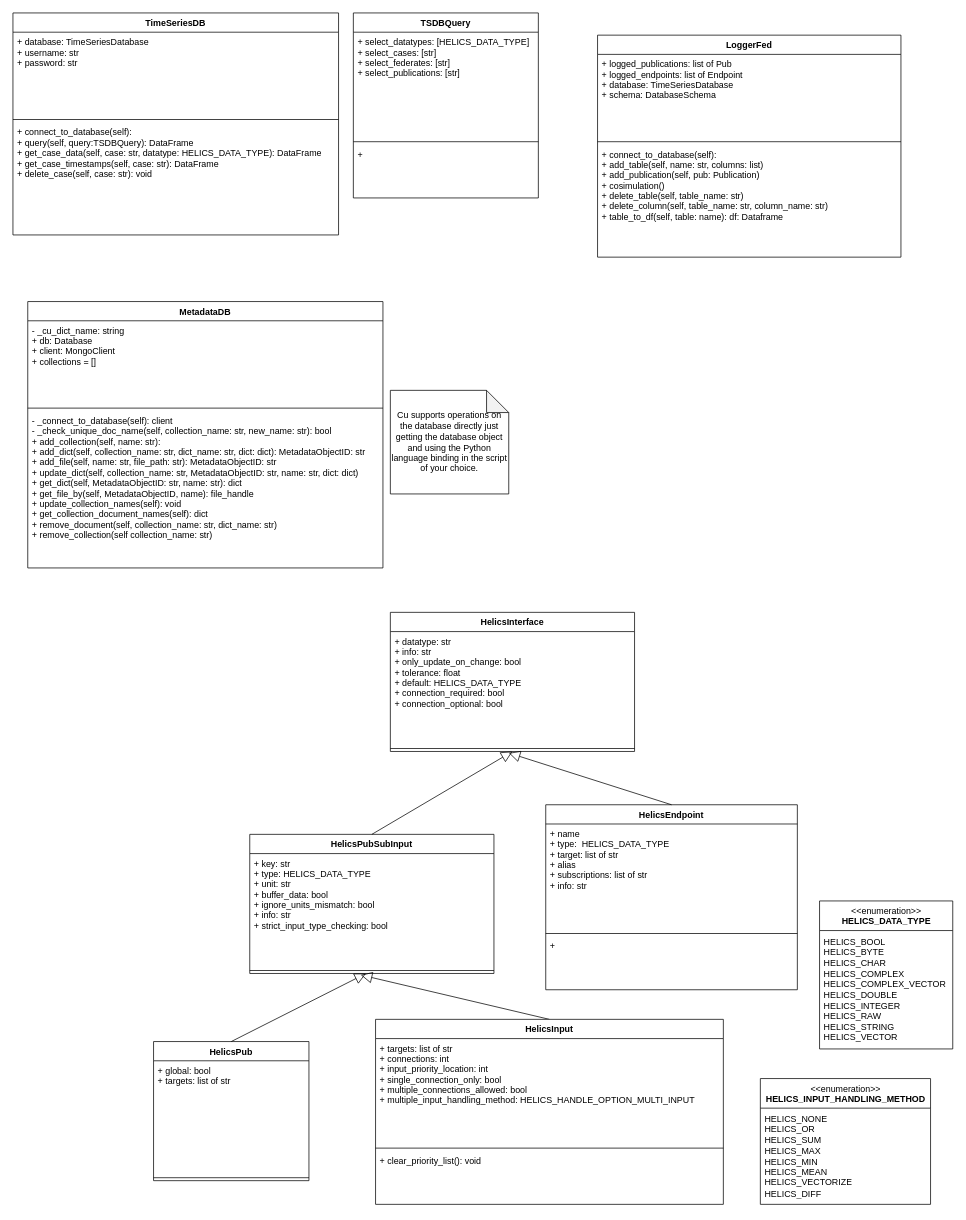
The draw.io diagram docs/FY24_copper_classes.drawio in pnnl/cst, before the edit. Source tidied: cells renumbered, new cells numbered last; positions are measured from the earlier drawing's top-left corner, leaving out a move shared by most shapes. Both pictures are drawn from the tidied source at 74%, with x=0, y=0 at pixel (13, 13).
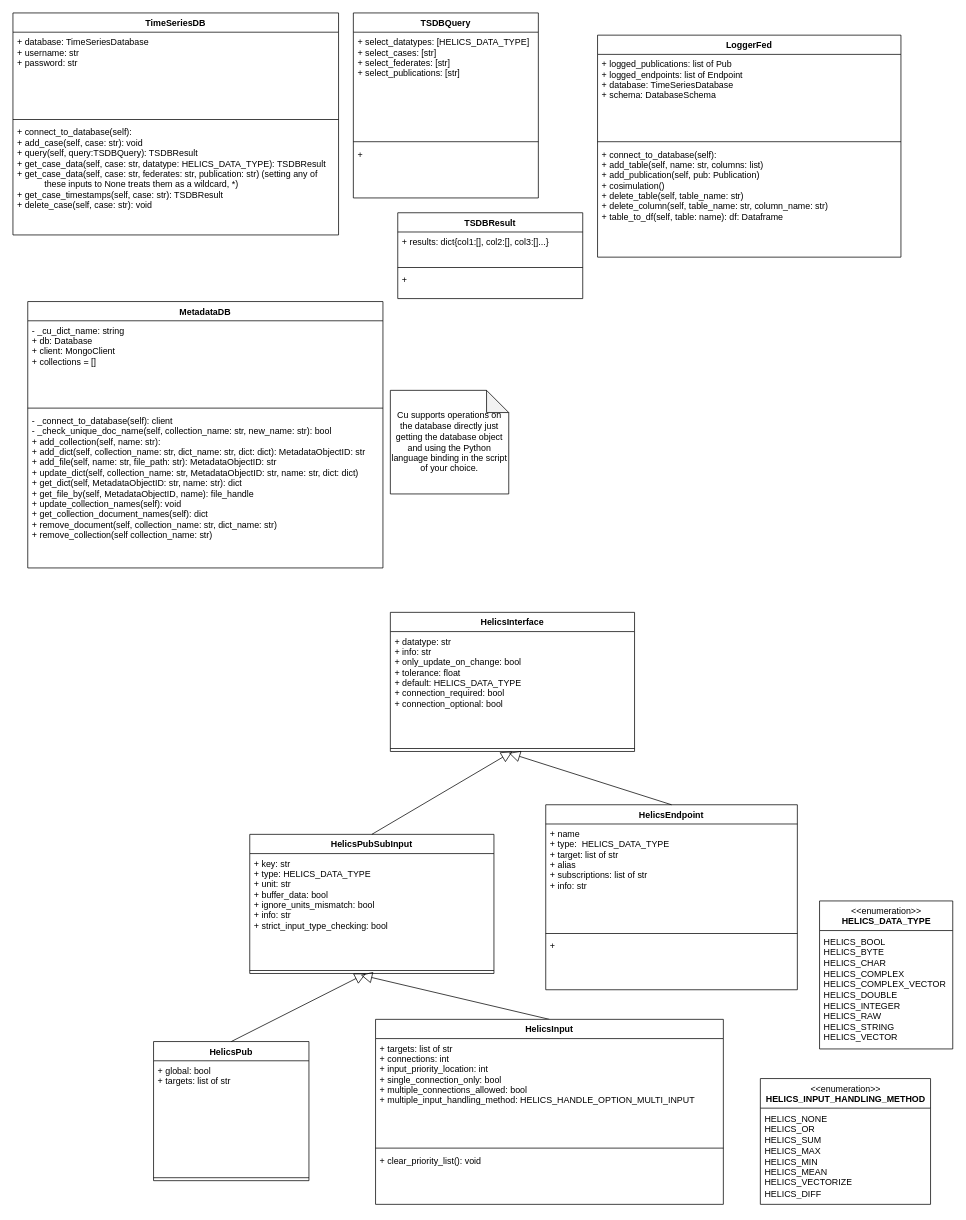
After the change.

Commit message:
Update TimeSeriesDB class definition

Changed database query result to a dict of lists and added a variant of the get_case_data() query.

Unchanged cells that the change refers to:
```xml
<mxCell id="2" value="TimeSeriesDB" style="swimlane;fontStyle=1;align=center;verticalAlign=top;horizontal=1;startSize=26;" parent="1" vertex="1">
  <mxGeometry width="440" height="300" as="geometry" />
</mxCell>
```

Diff of the diagram source:
```diff
@@
-    <mxCell id="5" value="+ connect_to_database(self): &#10;+ query(self, query:TSDBQuery): DataFrame&#10;+ get_case_data(self, case: str, datatype: HELICS_DATA_TYPE): DataFrame&#10;+ get_case_timestamps(self, case: str): DataFrame&#10;+ delete_case(self, case: str): void&#10;&#10;" style="text;strokeColor=none;fillColor=none;align=left;verticalAlign=top;spacingLeft=4;spacingRight=4;overflow=hidden;" parent="2" vertex="1">
+    <mxCell id="5" value="+ connect_to_database(self): &#10;+ add_case(self, case: str): void&#10;+ query(self, query:TSDBQuery): TSDBResult&#10;+ get_case_data(self, case: str, datatype: HELICS_DATA_TYPE): TSDBResult&#10;+ get_case_data(self, case: str, federates: str, publication: str) (setting any of &#10;           these inputs to None treats them as a wildcard, *)&#10;+ get_case_timestamps(self, case: str): TSDBResult&#10;+ delete_case(self, case: str): void&#10;&#10;" style="text;strokeColor=none;fillColor=none;align=left;verticalAlign=top;spacingLeft=4;spacingRight=4;overflow=hidden;" parent="2" vertex="1">
       <mxGeometry y="148" width="440" height="152" as="geometry" />
     </mxCell>
@@
+    <mxCell id="44" value="TSDBResult" style="swimlane;fontStyle=1;align=center;verticalAlign=top;horizontal=1;startSize=26;" parent="1" vertex="1">
+      <mxGeometry x="520" y="270" width="250" height="116" as="geometry" />
+    </mxCell>
+    <mxCell id="45" value="+ results: dict{col1:[], col2:[], col3:[]...}" style="text;strokeColor=none;fillColor=none;align=left;verticalAlign=top;spacingLeft=4;spacingRight=4;overflow=hidden;" parent="44" vertex="1">
+      <mxGeometry y="26" width="250" height="44" as="geometry" />
+    </mxCell>
+    <mxCell id="46" style="line;strokeWidth=1;fillColor=none;align=left;verticalAlign=middle;spacingTop=-1;spacingLeft=3;spacingRight=3;labelPosition=right;strokeColor=inherit;" parent="44" vertex="1">
+      <mxGeometry y="70" width="250" height="8" as="geometry" />
+    </mxCell>
+    <mxCell id="47" value="+" style="text;strokeColor=none;fillColor=none;align=left;verticalAlign=top;spacingLeft=4;spacingRight=4;overflow=hidden;fontStyle=0;" parent="44" vertex="1">
+      <mxGeometry y="78" width="250" height="38" as="geometry" />
+    </mxCell>
```
